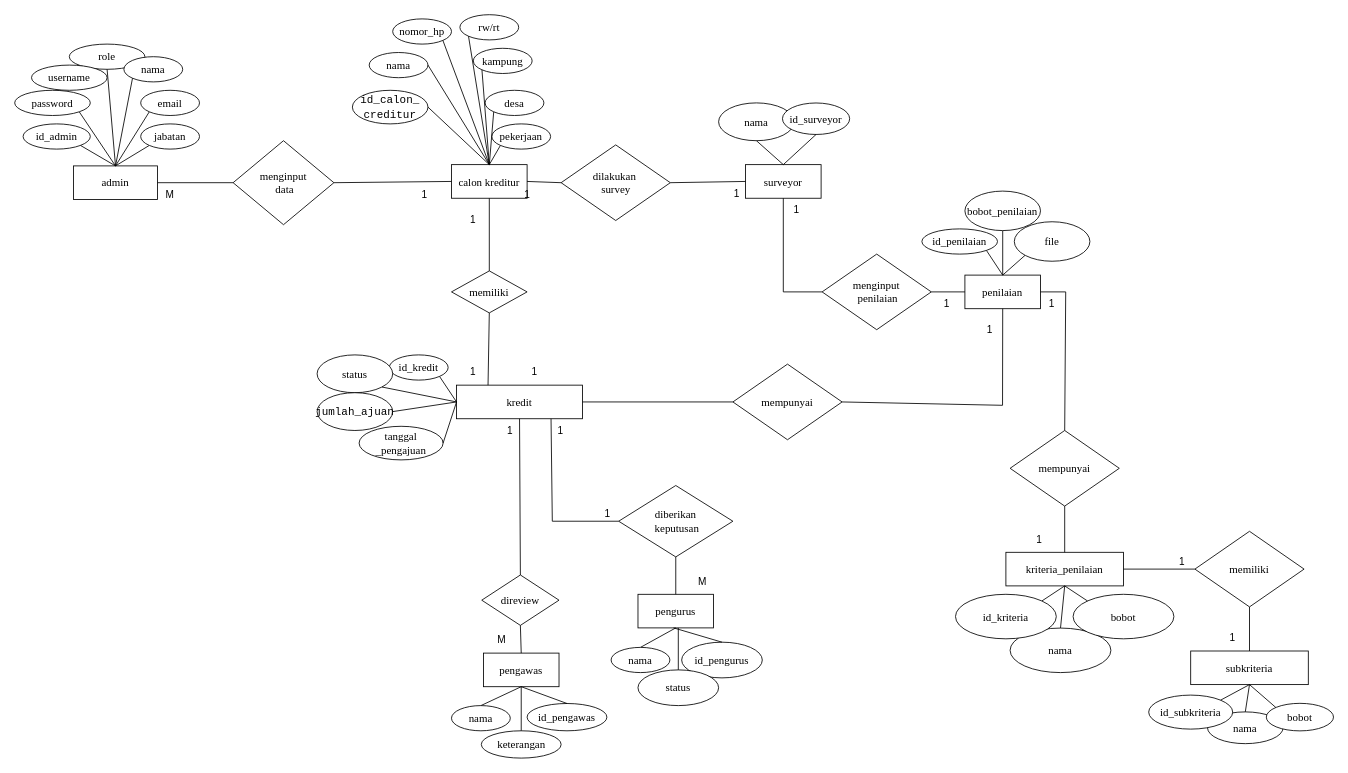
The draw.io diagram page "V1-ERD" (38 of 41) of public/Untitled Diagram.drawio in alinurd/simpanPinjam, before the edit. Source tidied: cells renumbered, new cells numbered last; positions are measured from the earlier drawing's top-left corner, leaving out a move shared by most shapes. Both pictures are drawn from the tidied source at 84%, with x=0, y=0 at pixel (14, 14).
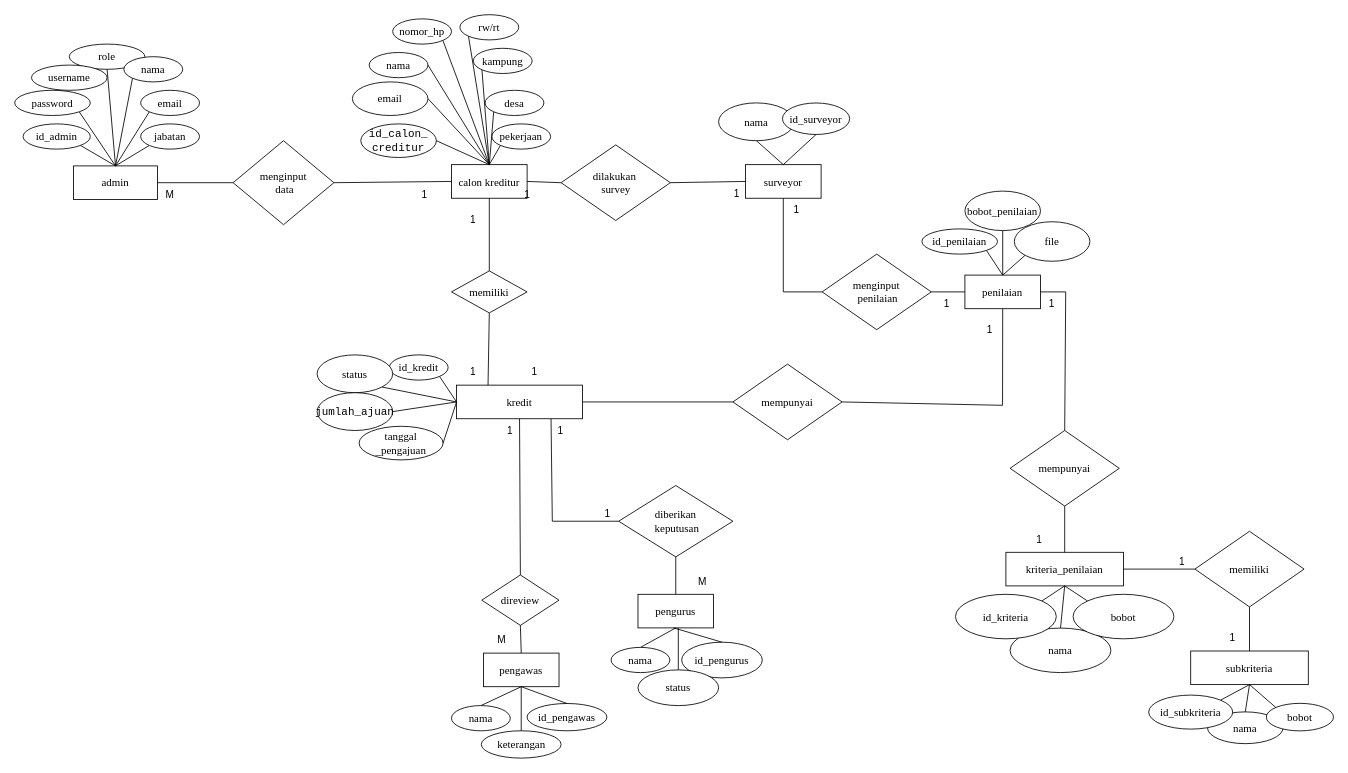
Above is the later version.

Unchanged cells that the change refers to:
```xml
<mxCell id="5" value="calon kreditur" style="html=1;align=center;verticalAlign=middle;dashed=0;whiteSpace=wrap;fontSize=13;fontFamily=Times New Roman;" parent="1" vertex="1">
  <mxGeometry x="520" y="178.5" width="90" height="40" as="geometry" />
</mxCell>
```

What changed in the source:
```diff
@@
-    <mxCell id="102" value="&lt;br&gt;&lt;div style=&quot;font-size: 13px;&quot;&gt;&lt;code class=&quot;!whitespace-pre hljs language-plaintext&quot; style=&quot;font-size: 13px;&quot;&gt;id_calon_&lt;/code&gt;&lt;/div&gt;&lt;div style=&quot;font-size: 13px;&quot;&gt;&lt;code class=&quot;!whitespace-pre hljs language-plaintext&quot; style=&quot;font-size: 13px;&quot;&gt;creditur&lt;/code&gt;&lt;/div&gt;&lt;div&gt;&lt;br/&gt;&lt;/div&gt;" style="ellipse;whiteSpace=wrap;html=1;fontSize=13;fontFamily=Times New Roman;" parent="1" vertex="1">
-      <mxGeometry x="402" y="90" width="90" height="40" as="geometry" />
+    <mxCell id="102" value="email" style="ellipse;whiteSpace=wrap;html=1;fontSize=13;fontFamily=Times New Roman;" parent="1" vertex="1">
+      <mxGeometry x="402" y="80" width="90" height="40" as="geometry" />
     </mxCell>
@@
+    <mxCell id="126" value="&lt;br&gt;&lt;div style=&quot;font-size: 13px;&quot;&gt;&lt;code class=&quot;!whitespace-pre hljs language-plaintext&quot; style=&quot;font-size: 13px;&quot;&gt;id_calon_&lt;/code&gt;&lt;/div&gt;&lt;div style=&quot;font-size: 13px;&quot;&gt;&lt;code class=&quot;!whitespace-pre hljs language-plaintext&quot; style=&quot;font-size: 13px;&quot;&gt;creditur&lt;/code&gt;&lt;/div&gt;&lt;div&gt;&lt;br/&gt;&lt;/div&gt;" style="ellipse;whiteSpace=wrap;html=1;fontSize=13;fontFamily=Times New Roman;" parent="1" vertex="1">
+      <mxGeometry x="412" y="130" width="90" height="40" as="geometry" />
+    </mxCell>
+    <mxCell id="127" style="endArrow=none;html=1;rounded=0;exitX=1;exitY=0.5;exitDx=0;exitDy=0;entryX=0.5;entryY=0;entryDx=0;entryDy=0;fontSize=13;fontFamily=Times New Roman;" parent="1" edge="1" source="126" target="5">
+      <mxGeometry relative="1" as="geometry" />
+    </mxCell>
```
